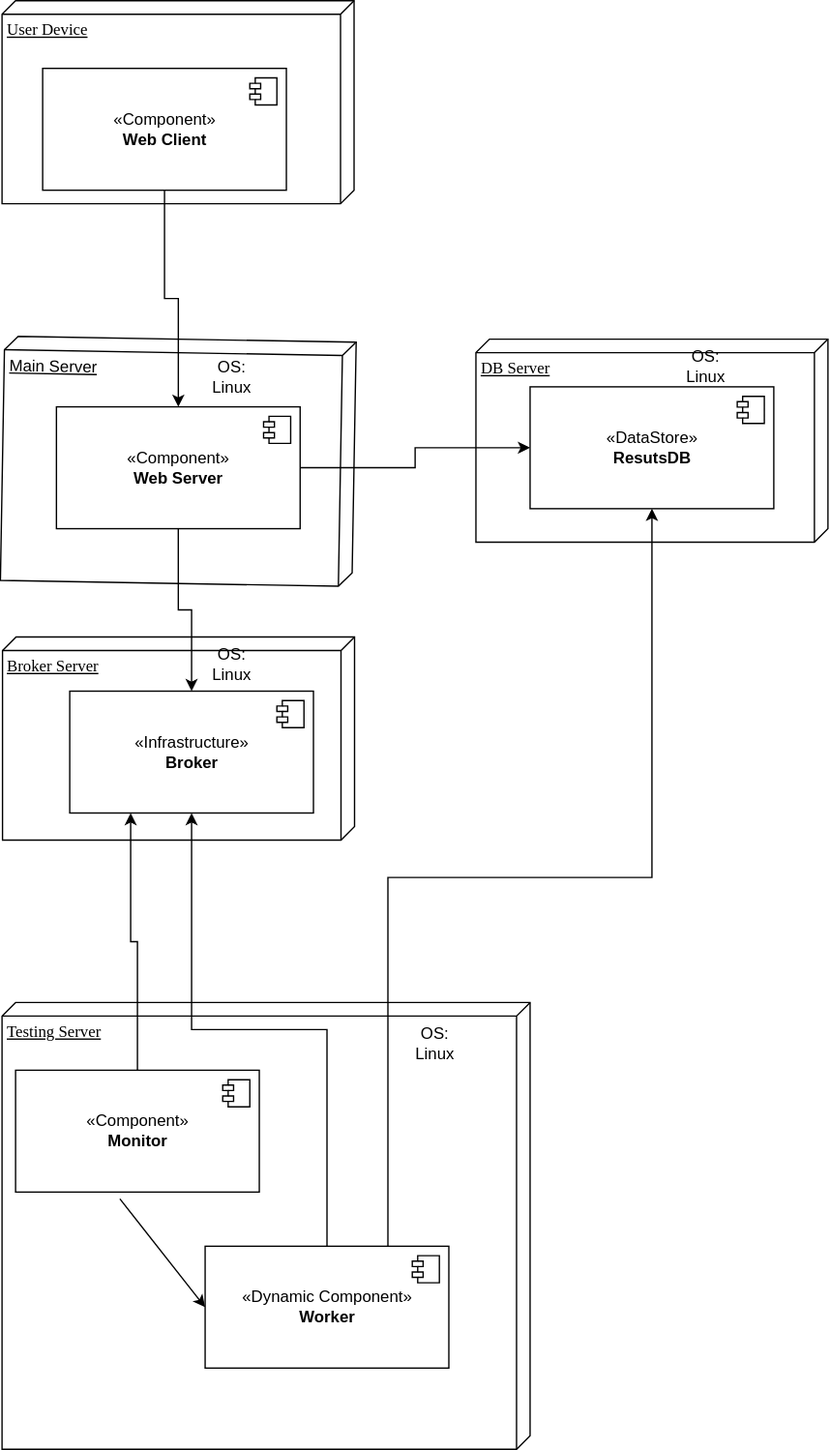
Earlier version of the draw.io export src/common/images/Architecture/Diagrama de Despliege.svg (jssosa10/miso4208). Source tidied: cells renumbered, new cells last; positions are measured from the earlier drawing's top-left corner, leaving out a move shared by most shapes. The source it was exported from:
```xml
<mxGraphModel background="#ffffff">
  <root>
    <mxCell id="0" />
    <mxCell id="1" parent="0" />
    <mxCell id="2" value="User Device" style="verticalAlign=top;align=left;spacingTop=8;spacingLeft=2;spacingRight=12;shape=cube;size=10;direction=south;fontStyle=4;html=1;rounded=0;shadow=0;comic=0;labelBackgroundColor=none;strokeWidth=1;fontFamily=Verdana;fontSize=12;" parent="1" vertex="1">
      <mxGeometry width="260" height="150" as="geometry" />
    </mxCell>
    <mxCell id="3" value="«Component»&lt;br&gt;&lt;b&gt;Web Client&lt;/b&gt;" style="html=1;" parent="1" vertex="1">
      <mxGeometry x="30" y="50" width="180" height="90" as="geometry" />
    </mxCell>
    <mxCell id="4" style="shape=component;jettyWidth=8;jettyHeight=4;" parent="3" vertex="1">
      <mxGeometry x="1" width="20" height="20" relative="1" as="geometry">
        <mxPoint x="-27" y="7" as="offset" />
      </mxGeometry>
    </mxCell>
    <mxCell id="5" value="Main Server" style="verticalAlign=top;align=left;spacingTop=8;spacingLeft=2;spacingRight=12;shape=cube;size=10;direction=south;fontStyle=4;html=1;rotation=1;" parent="1" vertex="1">
      <mxGeometry x="0.3" y="250" width="259.6" height="180.4" as="geometry" />
    </mxCell>
    <mxCell id="6" value="«Component»&lt;br&gt;&lt;b&gt;Web Server&lt;br&gt;&lt;/b&gt;" style="html=1;" parent="1" vertex="1">
      <mxGeometry x="40.2" y="300" width="180" height="90" as="geometry" />
    </mxCell>
    <mxCell id="7" style="shape=component;jettyWidth=8;jettyHeight=4;" parent="6" vertex="1">
      <mxGeometry x="1" width="20" height="20" relative="1" as="geometry">
        <mxPoint x="-27" y="7" as="offset" />
      </mxGeometry>
    </mxCell>
    <mxCell id="8" value="DB Server" style="verticalAlign=top;align=left;spacingTop=8;spacingLeft=2;spacingRight=12;shape=cube;size=10;direction=south;fontStyle=4;html=1;rounded=0;shadow=0;comic=0;labelBackgroundColor=none;strokeWidth=1;fontFamily=Verdana;fontSize=12;" parent="1" vertex="1">
      <mxGeometry x="350" y="250" width="260" height="150" as="geometry" />
    </mxCell>
    <mxCell id="9" value="Broker Server" style="verticalAlign=top;align=left;spacingTop=8;spacingLeft=2;spacingRight=12;shape=cube;size=10;direction=south;fontStyle=4;html=1;rounded=0;shadow=0;comic=0;labelBackgroundColor=none;strokeWidth=1;fontFamily=Verdana;fontSize=12;" parent="1" vertex="1">
      <mxGeometry x="0.4" y="470" width="260" height="150" as="geometry" />
    </mxCell>
    <mxCell id="10" value="«Infrastructure»&lt;br&gt;&lt;b&gt;Broker&lt;/b&gt;" style="html=1;" parent="1" vertex="1">
      <mxGeometry x="50" y="510" width="180" height="90" as="geometry" />
    </mxCell>
    <mxCell id="11" style="shape=component;jettyWidth=8;jettyHeight=4;" parent="10" vertex="1">
      <mxGeometry x="1" width="20" height="20" relative="1" as="geometry">
        <mxPoint x="-27" y="7" as="offset" />
      </mxGeometry>
    </mxCell>
    <mxCell id="12" value="Testing Server" style="verticalAlign=top;align=left;spacingTop=8;spacingLeft=2;spacingRight=12;shape=cube;size=10;direction=south;fontStyle=4;html=1;rounded=0;shadow=0;comic=0;labelBackgroundColor=none;strokeWidth=1;fontFamily=Verdana;fontSize=12;" parent="1" vertex="1">
      <mxGeometry y="740" width="390" height="330" as="geometry" />
    </mxCell>
    <mxCell id="13" style="edgeStyle=orthogonalEdgeStyle;rounded=0;jettySize=auto;html=1;exitX=0.5;exitY=0;exitDx=0;exitDy=0;entryX=0.25;entryY=1;entryDx=0;entryDy=0;" parent="1" edge="1" source="14" target="10">
      <mxGeometry relative="1" as="geometry" />
    </mxCell>
    <mxCell id="14" value="«Component»&lt;br&gt;&lt;b&gt;Monitor&lt;/b&gt;" style="html=1;" parent="1" vertex="1">
      <mxGeometry x="10" y="790" width="180" height="90" as="geometry" />
    </mxCell>
    <mxCell id="15" style="shape=component;jettyWidth=8;jettyHeight=4;" parent="14" vertex="1">
      <mxGeometry x="1" width="20" height="20" relative="1" as="geometry">
        <mxPoint x="-27" y="7" as="offset" />
      </mxGeometry>
    </mxCell>
    <mxCell id="16" style="edgeStyle=orthogonalEdgeStyle;rounded=0;jettySize=auto;html=1;exitX=0.5;exitY=0;exitDx=0;exitDy=0;" parent="1" edge="1" source="18" target="10">
      <mxGeometry relative="1" as="geometry" />
    </mxCell>
    <mxCell id="17" style="edgeStyle=orthogonalEdgeStyle;rounded=0;jettySize=auto;html=1;exitX=0.75;exitY=0;exitDx=0;exitDy=0;" parent="1" edge="1" source="18" target="20">
      <mxGeometry relative="1" as="geometry" />
    </mxCell>
    <mxCell id="18" value="«Dynamic Component»&lt;br&gt;&lt;b&gt;Worker&lt;br&gt;&lt;/b&gt;" style="html=1;" parent="1" vertex="1">
      <mxGeometry x="150" y="920" width="180" height="90" as="geometry" />
    </mxCell>
    <mxCell id="19" style="shape=component;jettyWidth=8;jettyHeight=4;" parent="18" vertex="1">
      <mxGeometry x="1" width="20" height="20" relative="1" as="geometry">
        <mxPoint x="-27" y="7" as="offset" />
      </mxGeometry>
    </mxCell>
    <mxCell id="20" value="«DataStore»&lt;br&gt;&lt;b&gt;ResutsDB&lt;/b&gt;" style="html=1;" parent="1" vertex="1">
      <mxGeometry x="390" y="285.2" width="180" height="90" as="geometry" />
    </mxCell>
    <mxCell id="21" style="shape=component;jettyWidth=8;jettyHeight=4;" parent="20" vertex="1">
      <mxGeometry x="1" width="20" height="20" relative="1" as="geometry">
        <mxPoint x="-27" y="7" as="offset" />
      </mxGeometry>
    </mxCell>
    <mxCell id="22" style="edgeStyle=orthogonalEdgeStyle;rounded=0;jettySize=auto;html=1;exitX=1;exitY=0.5;exitDx=0;exitDy=0;" parent="1" edge="1" source="6" target="20">
      <mxGeometry relative="1" as="geometry" />
    </mxCell>
    <mxCell id="23" style="edgeStyle=orthogonalEdgeStyle;rounded=0;jettySize=auto;html=1;exitX=0.5;exitY=1;exitDx=0;exitDy=0;" parent="1" edge="1" source="6" target="10">
      <mxGeometry relative="1" as="geometry" />
    </mxCell>
    <mxCell id="24" style="edgeStyle=orthogonalEdgeStyle;rounded=0;jettySize=auto;html=1;exitX=0.5;exitY=1;exitDx=0;exitDy=0;" parent="1" edge="1" source="3" target="6">
      <mxGeometry relative="1" as="geometry" />
    </mxCell>
    <mxCell id="25" style="endArrow=classic;html=1;exitX=0.428;exitY=1.056;exitDx=0;exitDy=0;exitPerimeter=0;entryX=0;entryY=0.5;entryDx=0;entryDy=0;" parent="1" edge="1" source="14" target="18">
      <mxGeometry relative="1" as="geometry" />
    </mxCell>
    <mxCell id="26" value="OS: Linux" style="text;html=1;strokeColor=none;fillColor=none;align=center;verticalAlign=middle;whiteSpace=wrap;rounded=0;" parent="1" vertex="1">
      <mxGeometry x="150" y="268" width="40" height="20" as="geometry" />
    </mxCell>
    <mxCell id="27" value="OS: Linux" style="text;html=1;strokeColor=none;fillColor=none;align=center;verticalAlign=middle;whiteSpace=wrap;rounded=0;" parent="1" vertex="1">
      <mxGeometry x="150" y="480" width="40" height="20" as="geometry" />
    </mxCell>
    <mxCell id="28" value="OS: Linux" style="text;html=1;strokeColor=none;fillColor=none;align=center;verticalAlign=middle;whiteSpace=wrap;rounded=0;" parent="1" vertex="1">
      <mxGeometry x="300" y="760" width="40" height="20" as="geometry" />
    </mxCell>
    <mxCell id="29" value="OS: Linux" style="text;html=1;strokeColor=none;fillColor=none;align=center;verticalAlign=middle;whiteSpace=wrap;rounded=0;" parent="1" vertex="1">
      <mxGeometry x="500" y="260" width="40" height="20" as="geometry" />
    </mxCell>
  </root>
</mxGraphModel>
```
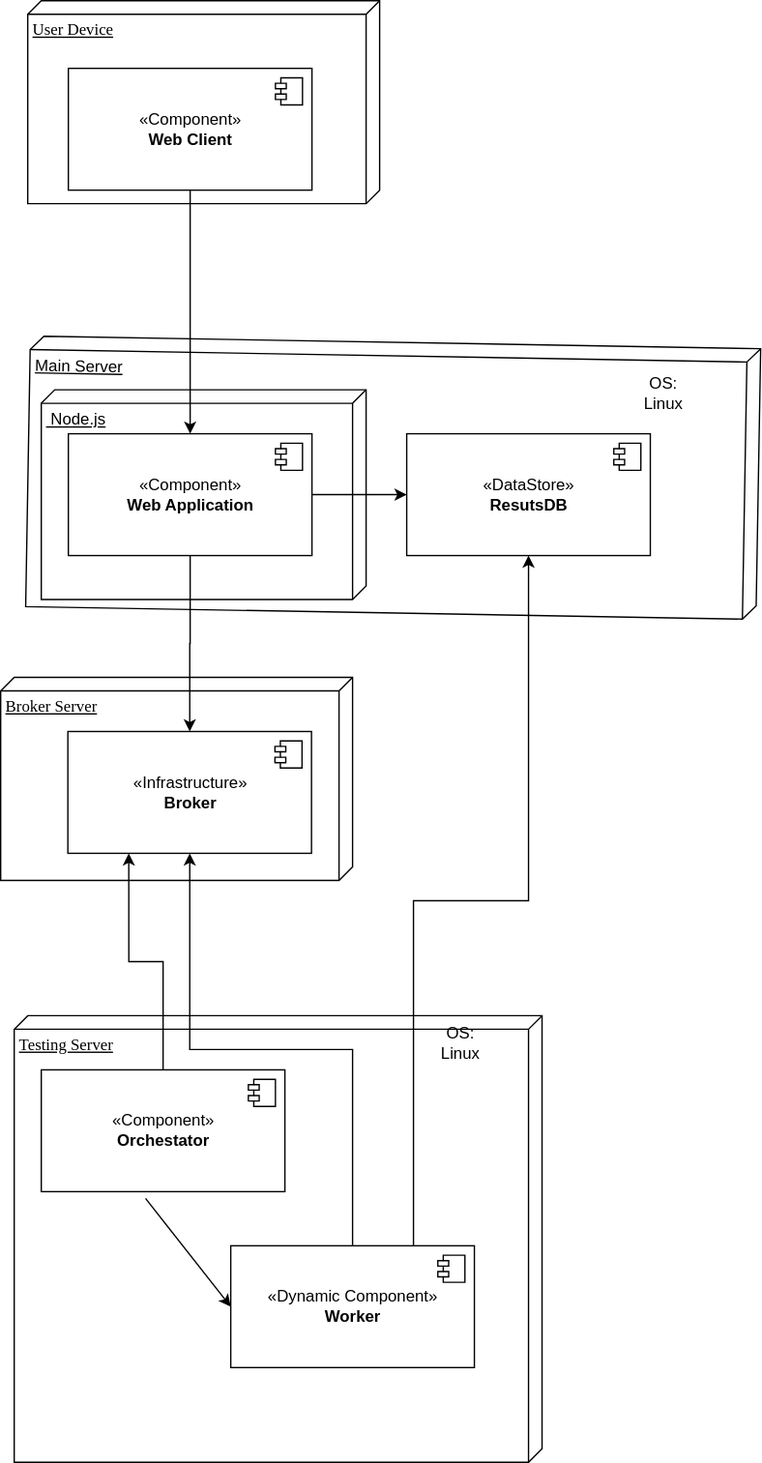
After the commit.

The edit, as a diff of the source:
```diff
@@ -2,6 +2,12 @@
   <root>
     <mxCell id="0" />
     <mxCell id="1" parent="0" />
+    <mxCell id="5" value="Main Server" style="verticalAlign=top;align=left;spacingTop=8;spacingLeft=2;spacingRight=12;shape=cube;size=10;direction=south;fontStyle=4;html=1;rotation=1;" parent="1" vertex="1">
+      <mxGeometry x="0.2" y="252.4" width="539.6" height="200" as="geometry" />
+    </mxCell>
+    <mxCell id="30" value="&amp;nbsp;Node.js" style="verticalAlign=top;align=left;spacingTop=8;spacingLeft=2;spacingRight=12;shape=cube;size=10;direction=south;fontStyle=4;html=1;" parent="1" vertex="1">
+      <mxGeometry x="10" y="287.5" width="240" height="155" as="geometry" />
+    </mxCell>
     <mxCell id="2" value="User Device" style="verticalAlign=top;align=left;spacingTop=8;spacingLeft=2;spacingRight=12;shape=cube;size=10;direction=south;fontStyle=4;html=1;rounded=0;shadow=0;comic=0;labelBackgroundColor=none;strokeWidth=1;fontFamily=Verdana;fontSize=12;" parent="1" vertex="1">
       <mxGeometry width="260" height="150" as="geometry" />
     </mxCell>
@@ -13,25 +19,19 @@
         <mxPoint x="-27" y="7" as="offset" />
       </mxGeometry>
     </mxCell>
-    <mxCell id="5" value="Main Server" style="verticalAlign=top;align=left;spacingTop=8;spacingLeft=2;spacingRight=12;shape=cube;size=10;direction=south;fontStyle=4;html=1;rotation=1;" parent="1" vertex="1">
-      <mxGeometry x="0.3" y="250" width="259.6" height="180.4" as="geometry" />
-    </mxCell>
-    <mxCell id="6" value="«Component»&lt;br&gt;&lt;b&gt;Web Server&lt;br&gt;&lt;/b&gt;" style="html=1;" parent="1" vertex="1">
-      <mxGeometry x="40.2" y="300" width="180" height="90" as="geometry" />
+    <mxCell id="6" value="«Component»&lt;br&gt;&lt;b&gt;Web Application&lt;br&gt;&lt;/b&gt;" style="html=1;" parent="1" vertex="1">
+      <mxGeometry x="30" y="320" width="180" height="90" as="geometry" />
     </mxCell>
     <mxCell id="7" style="shape=component;jettyWidth=8;jettyHeight=4;" parent="6" vertex="1">
       <mxGeometry x="1" width="20" height="20" relative="1" as="geometry">
         <mxPoint x="-27" y="7" as="offset" />
       </mxGeometry>
     </mxCell>
-    <mxCell id="8" value="DB Server" style="verticalAlign=top;align=left;spacingTop=8;spacingLeft=2;spacingRight=12;shape=cube;size=10;direction=south;fontStyle=4;html=1;rounded=0;shadow=0;comic=0;labelBackgroundColor=none;strokeWidth=1;fontFamily=Verdana;fontSize=12;" parent="1" vertex="1">
-      <mxGeometry x="350" y="250" width="260" height="150" as="geometry" />
-    </mxCell>
     <mxCell id="9" value="Broker Server" style="verticalAlign=top;align=left;spacingTop=8;spacingLeft=2;spacingRight=12;shape=cube;size=10;direction=south;fontStyle=4;html=1;rounded=0;shadow=0;comic=0;labelBackgroundColor=none;strokeWidth=1;fontFamily=Verdana;fontSize=12;" parent="1" vertex="1">
-      <mxGeometry x="0.4" y="470" width="260" height="150" as="geometry" />
+      <mxGeometry x="-20" y="500" width="260" height="150" as="geometry" />
     </mxCell>
     <mxCell id="10" value="«Infrastructure»&lt;br&gt;&lt;b&gt;Broker&lt;/b&gt;" style="html=1;" parent="1" vertex="1">
-      <mxGeometry x="50" y="510" width="180" height="90" as="geometry" />
+      <mxGeometry x="29.6" y="540" width="180" height="90" as="geometry" />
     </mxCell>
     <mxCell id="11" style="shape=component;jettyWidth=8;jettyHeight=4;" parent="10" vertex="1">
       <mxGeometry x="1" width="20" height="20" relative="1" as="geometry">
@@ -39,12 +39,12 @@
       </mxGeometry>
     </mxCell>
     <mxCell id="12" value="Testing Server" style="verticalAlign=top;align=left;spacingTop=8;spacingLeft=2;spacingRight=12;shape=cube;size=10;direction=south;fontStyle=4;html=1;rounded=0;shadow=0;comic=0;labelBackgroundColor=none;strokeWidth=1;fontFamily=Verdana;fontSize=12;" parent="1" vertex="1">
-      <mxGeometry y="740" width="390" height="330" as="geometry" />
+      <mxGeometry x="-10" y="750" width="390" height="330" as="geometry" />
     </mxCell>
     <mxCell id="13" style="edgeStyle=orthogonalEdgeStyle;rounded=0;jettySize=auto;html=1;exitX=0.5;exitY=0;exitDx=0;exitDy=0;entryX=0.25;entryY=1;entryDx=0;entryDy=0;" parent="1" edge="1" source="14" target="10">
       <mxGeometry relative="1" as="geometry" />
     </mxCell>
-    <mxCell id="14" value="«Component»&lt;br&gt;&lt;b&gt;Monitor&lt;/b&gt;" style="html=1;" parent="1" vertex="1">
+    <mxCell id="14" value="«Component»&lt;br&gt;&lt;b&gt;Orchestator&lt;/b&gt;" style="html=1;" parent="1" vertex="1">
       <mxGeometry x="10" y="790" width="180" height="90" as="geometry" />
     </mxCell>
     <mxCell id="15" style="shape=component;jettyWidth=8;jettyHeight=4;" parent="14" vertex="1">
@@ -67,7 +67,7 @@
       </mxGeometry>
     </mxCell>
     <mxCell id="20" value="«DataStore»&lt;br&gt;&lt;b&gt;ResutsDB&lt;/b&gt;" style="html=1;" parent="1" vertex="1">
-      <mxGeometry x="390" y="285.2" width="180" height="90" as="geometry" />
+      <mxGeometry x="280" y="320" width="180" height="90" as="geometry" />
     </mxCell>
     <mxCell id="21" style="shape=component;jettyWidth=8;jettyHeight=4;" parent="20" vertex="1">
       <mxGeometry x="1" width="20" height="20" relative="1" as="geometry">
@@ -87,16 +87,10 @@
       <mxGeometry relative="1" as="geometry" />
     </mxCell>
     <mxCell id="26" value="OS: Linux" style="text;html=1;strokeColor=none;fillColor=none;align=center;verticalAlign=middle;whiteSpace=wrap;rounded=0;" parent="1" vertex="1">
-      <mxGeometry x="150" y="268" width="40" height="20" as="geometry" />
+      <mxGeometry x="450" y="280" width="40" height="20" as="geometry" />
     </mxCell>
-    <mxCell id="27" value="OS: Linux" style="text;html=1;strokeColor=none;fillColor=none;align=center;verticalAlign=middle;whiteSpace=wrap;rounded=0;" parent="1" vertex="1">
-      <mxGeometry x="150" y="480" width="40" height="20" as="geometry" />
-    </mxCell>
     <mxCell id="28" value="OS: Linux" style="text;html=1;strokeColor=none;fillColor=none;align=center;verticalAlign=middle;whiteSpace=wrap;rounded=0;" parent="1" vertex="1">
       <mxGeometry x="300" y="760" width="40" height="20" as="geometry" />
     </mxCell>
-    <mxCell id="29" value="OS: Linux" style="text;html=1;strokeColor=none;fillColor=none;align=center;verticalAlign=middle;whiteSpace=wrap;rounded=0;" parent="1" vertex="1">
-      <mxGeometry x="500" y="260" width="40" height="20" as="geometry" />
-    </mxCell>
   </root>
 </mxGraphModel>
```
